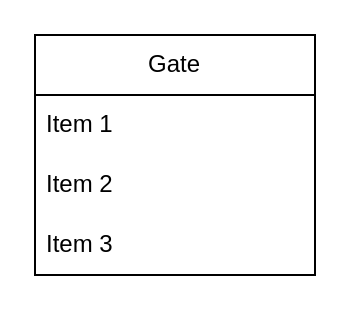
Before: images/ece6140_project1.drawio in 1102131860/ECE6140, a draw.io diagram. Source tidied: cells renumbered, new cells numbered last; positions are measured from the earlier drawing's top-left corner, leaving out a move shared by most shapes. Both pictures are drawn from the tidied source at 200%, with x=0, y=0 at pixel (34, 34).
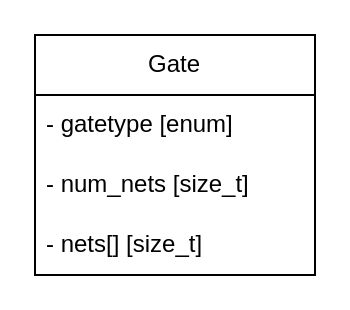
The same page after the edit.

The edit, as a diff of the source:
```diff
@@
 <mxGraphModel>
   <root>
     <mxCell id="0" />
     <mxCell id="1" parent="0" />
     <mxCell id="2" value="Gate" style="swimlane;fontStyle=0;horizontal=1;startSize=30;whiteSpace=wrap;html=1;" parent="1" vertex="1">
       <mxGeometry width="140" height="120" as="geometry" />
     </mxCell>
-    <mxCell id="3" value="Item 1" style="text;strokeColor=none;fillColor=none;align=left;verticalAlign=middle;spacingLeft=4;spacingRight=4;overflow=hidden;whiteSpace=wrap;html=1;" parent="2" vertex="1">
+    <mxCell id="3" value="- gatetype [enum]" style="text;strokeColor=none;fillColor=none;align=left;verticalAlign=middle;spacingLeft=4;spacingRight=4;overflow=hidden;whiteSpace=wrap;html=1;" parent="2" vertex="1">
       <mxGeometry y="30" width="140" height="30" as="geometry" />
     </mxCell>
-    <mxCell id="4" value="Item 2" style="text;strokeColor=none;fillColor=none;align=left;verticalAlign=middle;spacingLeft=4;spacingRight=4;overflow=hidden;whiteSpace=wrap;html=1;" parent="2" vertex="1">
+    <mxCell id="4" value="- num_nets [size_t]" style="text;strokeColor=none;fillColor=none;align=left;verticalAlign=middle;spacingLeft=4;spacingRight=4;overflow=hidden;whiteSpace=wrap;html=1;" parent="2" vertex="1">
       <mxGeometry y="60" width="140" height="30" as="geometry" />
     </mxCell>
-    <mxCell id="5" value="Item 3" style="text;strokeColor=none;fillColor=none;align=left;verticalAlign=middle;spacingLeft=4;spacingRight=4;overflow=hidden;whiteSpace=wrap;html=1;" parent="2" vertex="1">
+    <mxCell id="5" value="- nets[] [size_t]" style="text;strokeColor=none;fillColor=none;align=left;verticalAlign=middle;spacingLeft=4;spacingRight=4;overflow=hidden;whiteSpace=wrap;html=1;" parent="2" vertex="1">
       <mxGeometry y="90" width="140" height="30" as="geometry" />
     </mxCell>
   </root>
 </mxGraphModel>
```
